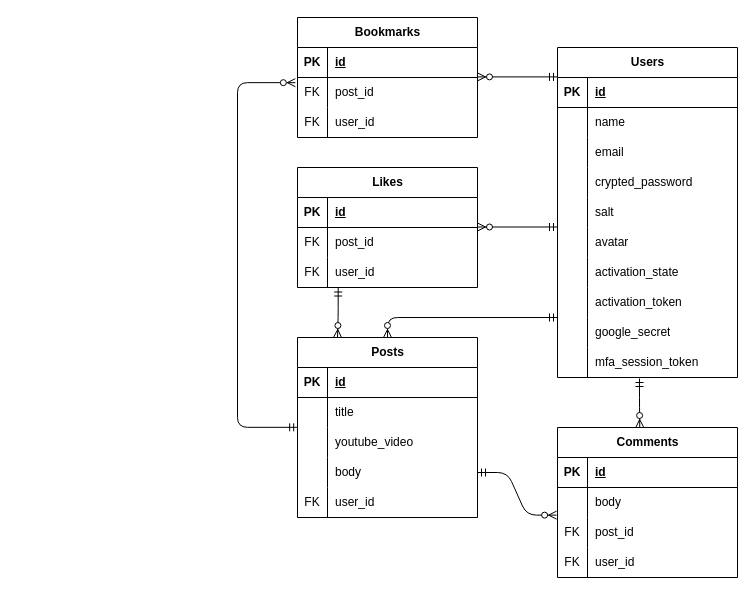
The draw.io diagram database_model_er.dio in abe-yusuke-6706/beatboxer-collection, before the edit. Source tidied: cells renumbered, new cells numbered last; positions are measured from the earlier drawing's top-left corner, leaving out a move shared by most shapes. Both pictures are drawn from the tidied source at 100%, with x=0, y=0 at pixel (237, 17).
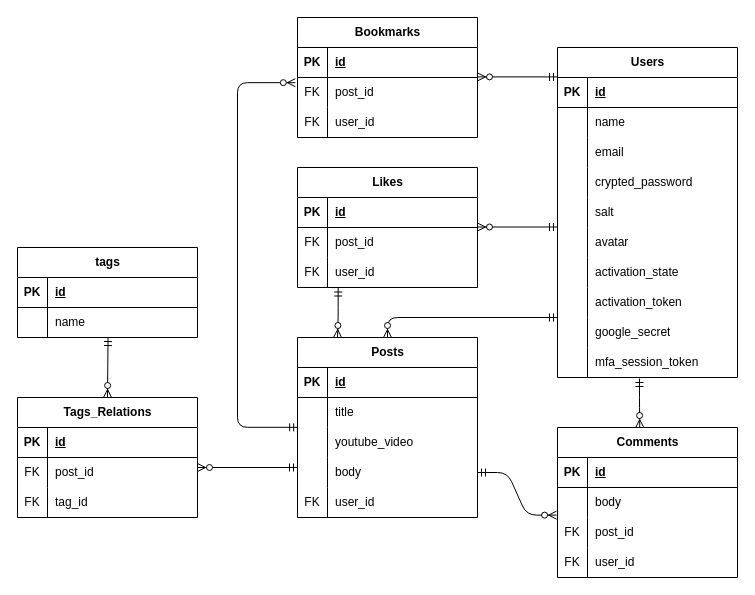
The same diagram, later.

Unchanged cells that the change refers to:
```xml
<mxCell id="68" style="shape=tableRow;horizontal=0;startSize=0;swimlaneHead=0;swimlaneBody=0;fillColor=none;points=[[0,0.5],[1,0.5]];portConstraint=eastwest;top=0;left=0;right=0;bottom=0;" parent="58" vertex="1">
  <mxGeometry y="120" width="180" height="30" as="geometry" />
</mxCell>
```

Diff of the diagram source:
```diff
@@
+    <mxCell id="89" value="tags" style="shape=table;startSize=30;childLayout=tableLayout;rowLines=0;fontStyle=1;align=center;html=1;" parent="1" vertex="1">
+      <mxGeometry x="-220" y="230" width="180" height="90" as="geometry" />
+    </mxCell>
+    <mxCell id="90" style="shape=tableRow;horizontal=0;startSize=0;swimlaneHead=0;swimlaneBody=0;fillColor=none;top=0;left=0;right=0;bottom=1;" parent="89" vertex="1">
+      <mxGeometry y="30" width="180" height="30" as="geometry" />
+    </mxCell>
+    <mxCell id="91" value="PK" style="shape=partialRectangle;fillColor=none;top=0;left=0;bottom=0;right=0;fontStyle=1;overflow=hidden;whiteSpace=wrap;html=1;" parent="90" vertex="1">
+      <mxGeometry width="30" height="30" as="geometry" />
+    </mxCell>
+    <mxCell id="92" value="id" style="shape=partialRectangle;fillColor=none;top=0;left=0;bottom=0;right=0;align=left;spacingLeft=6;fontStyle=5;overflow=hidden;whiteSpace=wrap;html=1;" parent="90" vertex="1">
+      <mxGeometry x="30" width="150" height="30" as="geometry" />
+    </mxCell>
+    <mxCell id="93" style="shape=tableRow;horizontal=0;startSize=0;swimlaneHead=0;swimlaneBody=0;fillColor=none;points=[[0,0.5],[1,0.5]];portConstraint=eastwest;top=0;left=0;right=0;bottom=0;" parent="89" vertex="1">
+      <mxGeometry y="60" width="180" height="30" as="geometry" />
+    </mxCell>
+    <mxCell id="94" style="shape=partialRectangle;fillColor=none;top=0;left=0;bottom=0;right=0;overflow=hidden;whiteSpace=wrap;html=1;" parent="93" vertex="1">
+      <mxGeometry width="30" height="30" as="geometry" />
+    </mxCell>
+    <mxCell id="95" value="name" style="shape=partialRectangle;fillColor=none;top=0;left=0;bottom=0;right=0;align=left;spacingLeft=6;overflow=hidden;whiteSpace=wrap;html=1;" parent="93" vertex="1">
+      <mxGeometry x="30" width="150" height="30" as="geometry" />
+    </mxCell>
+    <mxCell id="96" value="Tags_Relations" style="shape=table;startSize=30;childLayout=tableLayout;rowLines=0;fontStyle=1;align=center;html=1;" parent="1" vertex="1">
+      <mxGeometry x="-220" y="380" width="180" height="120" as="geometry" />
+    </mxCell>
+    <mxCell id="97" style="shape=tableRow;horizontal=0;startSize=0;swimlaneHead=0;swimlaneBody=0;fillColor=none;top=0;left=0;right=0;bottom=1;" parent="96" vertex="1">
+      <mxGeometry y="30" width="180" height="30" as="geometry" />
+    </mxCell>
+    <mxCell id="98" value="PK" style="shape=partialRectangle;fillColor=none;top=0;left=0;bottom=0;right=0;fontStyle=1;overflow=hidden;whiteSpace=wrap;html=1;" parent="97" vertex="1">
+      <mxGeometry width="30" height="30" as="geometry" />
+    </mxCell>
+    <mxCell id="99" value="id" style="shape=partialRectangle;fillColor=none;top=0;left=0;bottom=0;right=0;align=left;spacingLeft=6;fontStyle=5;overflow=hidden;whiteSpace=wrap;html=1;" parent="97" vertex="1">
+      <mxGeometry x="30" width="150" height="30" as="geometry" />
+    </mxCell>
+    <mxCell id="100" style="shape=tableRow;horizontal=0;startSize=0;swimlaneHead=0;swimlaneBody=0;fillColor=none;top=0;left=0;right=0;bottom=0;" parent="96" vertex="1">
+      <mxGeometry y="60" width="180" height="30" as="geometry" />
+    </mxCell>
+    <mxCell id="101" value="FK" style="shape=partialRectangle;fillColor=none;top=0;left=0;bottom=0;right=0;overflow=hidden;whiteSpace=wrap;html=1;" parent="100" vertex="1">
+      <mxGeometry width="30" height="30" as="geometry" />
+    </mxCell>
+    <mxCell id="102" value="post_id" style="shape=partialRectangle;fillColor=none;top=0;left=0;bottom=0;right=0;align=left;spacingLeft=6;overflow=hidden;whiteSpace=wrap;html=1;" parent="100" vertex="1">
+      <mxGeometry x="30" width="150" height="30" as="geometry" />
+    </mxCell>
+    <mxCell id="103" style="shape=tableRow;horizontal=0;startSize=0;swimlaneHead=0;swimlaneBody=0;fillColor=none;top=0;left=0;right=0;bottom=0;" parent="96" vertex="1">
+      <mxGeometry y="90" width="180" height="30" as="geometry" />
+    </mxCell>
+    <mxCell id="104" value="FK" style="shape=partialRectangle;fillColor=none;top=0;left=0;bottom=0;right=0;overflow=hidden;whiteSpace=wrap;html=1;" parent="103" vertex="1">
+      <mxGeometry width="30" height="30" as="geometry" />
+    </mxCell>
+    <mxCell id="105" value="tag_id" style="shape=partialRectangle;fillColor=none;top=0;left=0;bottom=0;right=0;align=left;spacingLeft=6;overflow=hidden;whiteSpace=wrap;html=1;" parent="103" vertex="1">
+      <mxGeometry x="30" width="150" height="30" as="geometry" />
+    </mxCell>
+    <mxCell id="106" style="fontSize=12;html=1;endArrow=ERzeroToMany;startArrow=ERmandOne;elbow=vertical;exitX=0;exitY=0.333;exitDx=0;exitDy=0;exitPerimeter=0;" parent="1" edge="1" source="68">
+      <mxGeometry relative="1" as="geometry">
+        <mxPoint x="-40" y="450" as="targetPoint" />
+      </mxGeometry>
+    </mxCell>
+    <mxCell id="107" style="fontSize=12;html=1;endArrow=ERzeroToMany;startArrow=ERmandOne;elbow=vertical;exitX=0.503;exitY=1.002;exitDx=0;exitDy=0;exitPerimeter=0;entryX=0.5;entryY=0;entryDx=0;entryDy=0;" parent="1" edge="1" source="93" target="96">
+      <mxGeometry relative="1" as="geometry" />
+    </mxCell>
```
